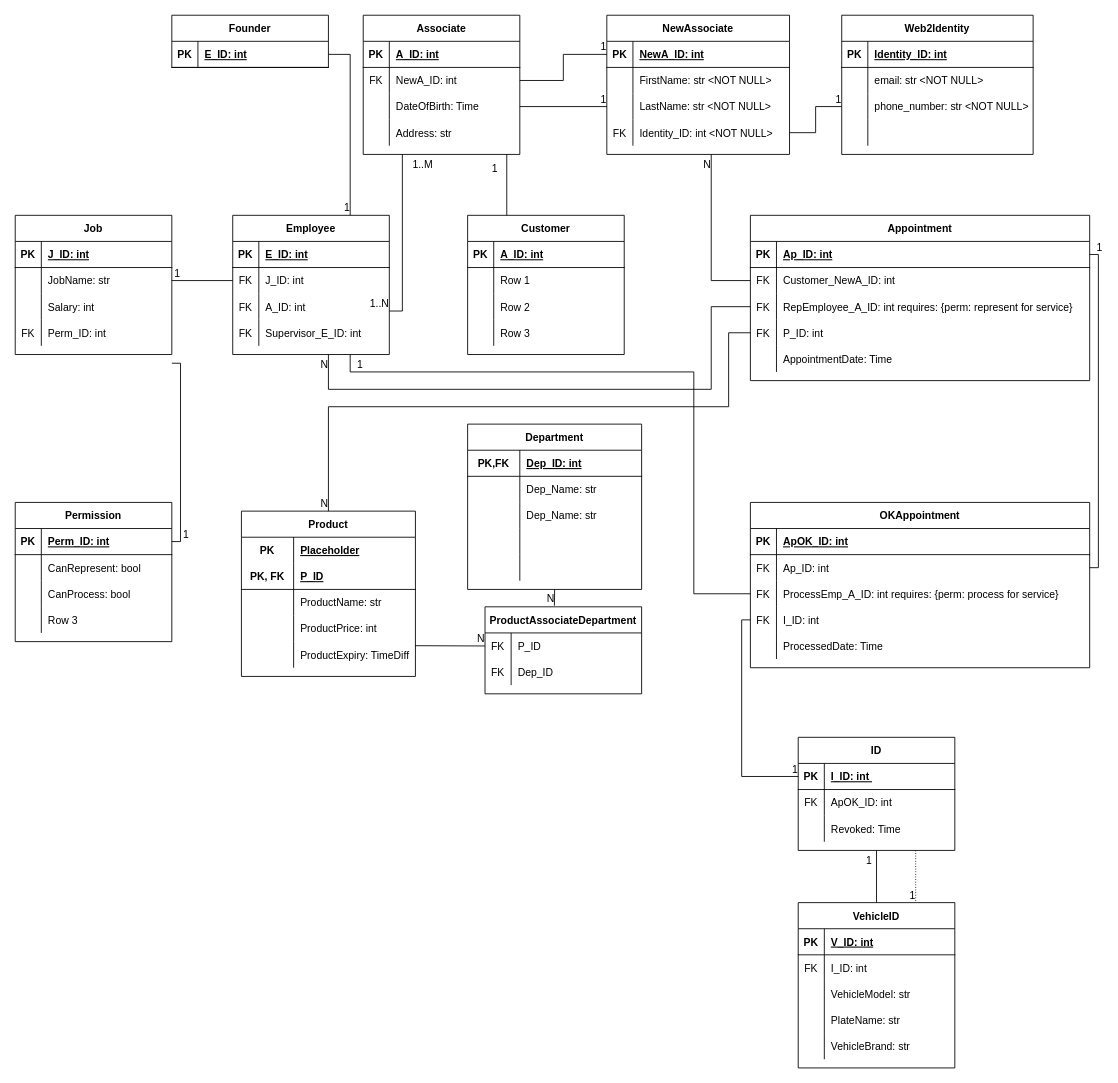
Earlier version of the draw.io diagram page "Page-1" (1 of 2) of erd.drawio (hungtr-uofa/CSC460_DMV_Database). Source tidied: cells renumbered, new cells numbered last; positions are measured from the earlier drawing's top-left corner, leaving out a move shared by most shapes. Both pictures are drawn from the tidied source at 87%, with x=0, y=0 at pixel (15, 15).
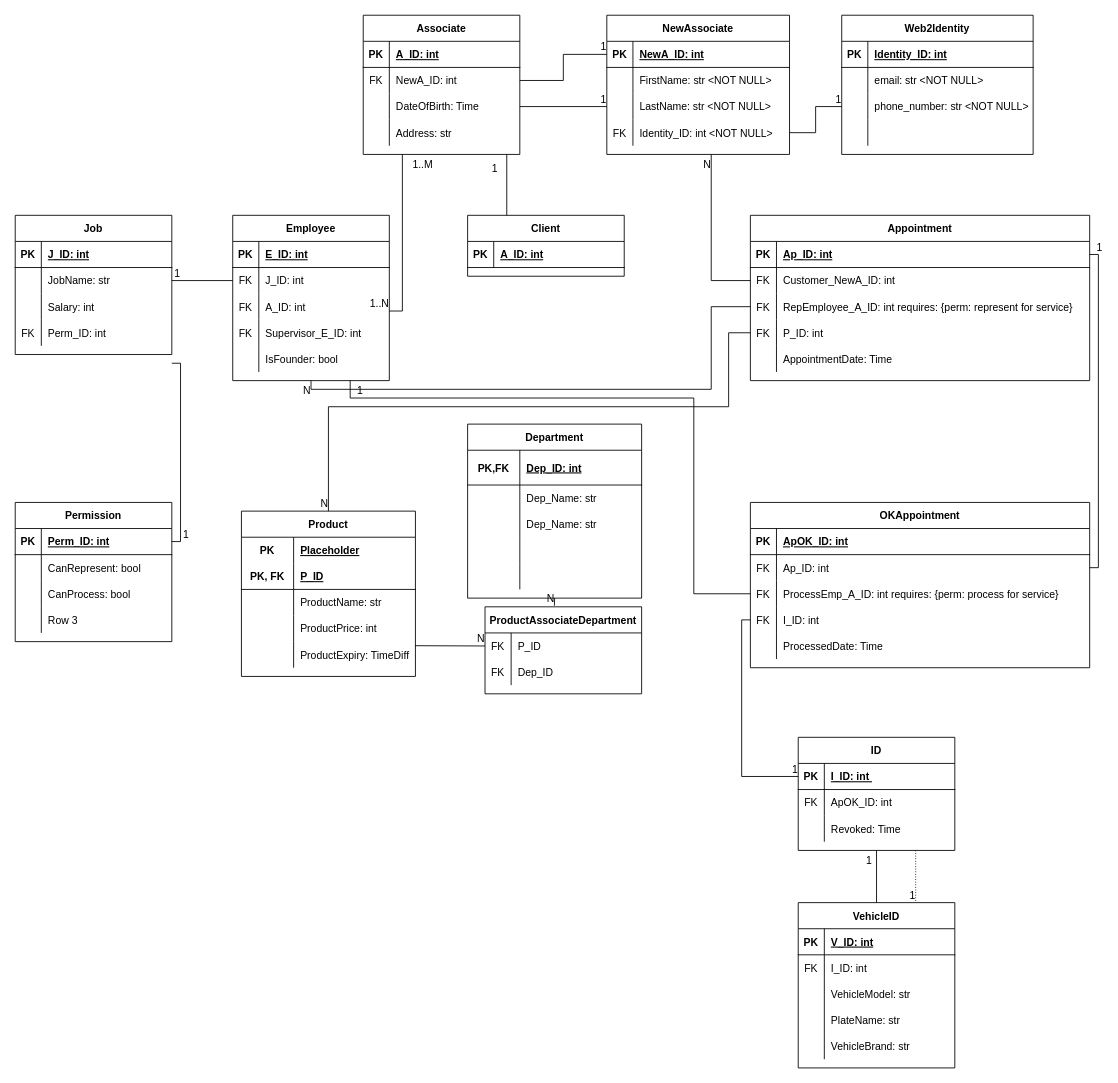
Above is the later version.

Unchanged cells that the change refers to:
```xml
<mxCell id="100" style="shape=partialRectangle;fillColor=none;top=0;left=0;bottom=0;right=0;points=[[0,0.5],[1,0.5]];portConstraint=eastwest;" parent="93" vertex="1">
  <mxGeometry y="90" width="390" height="30" as="geometry" />
</mxCell>
<mxCell id="129" style="shape=partialRectangle;fillColor=none;top=0;left=0;bottom=0;right=0;points=[[0,0.5],[1,0.5]];portConstraint=eastwest;" parent="122" vertex="1">
  <mxGeometry y="90" width="390" height="30" as="geometry" />
</mxCell>
```

The edit, as a diff of the source:
```diff
@@
     <mxCell id="15" value="Employee" style="shape=table;startSize=30;childLayout=tableLayout;rowLines=0;fontStyle=1;align=center;" parent="1" vertex="1">
-      <mxGeometry x="250" y="230" width="180" height="160" as="geometry" />
+      <mxGeometry x="250" y="230" width="180" height="190" as="geometry" />
     </mxCell>
@@
+    <mxCell id="231" style="shape=partialRectangle;fillColor=none;top=0;left=0;bottom=0;right=0;" parent="15" vertex="1">
+      <mxGeometry y="150" width="180" height="30" as="geometry" />
+    </mxCell>
+    <mxCell id="232" style="shape=partialRectangle;fillColor=none;top=0;left=0;bottom=0;right=0;overflow=hidden;" parent="231" vertex="1">
+      <mxGeometry width="30" height="30" as="geometry" />
+    </mxCell>
+    <mxCell id="233" value="IsFounder: bool" style="shape=partialRectangle;fillColor=none;top=0;left=0;bottom=0;right=0;align=left;spacingLeft=6;overflow=hidden;" parent="231" vertex="1">
+      <mxGeometry x="30" width="150" height="30" as="geometry" />
+    </mxCell>
-    <mxCell id="28" value="Customer" style="shape=table;startSize=30;childLayout=tableLayout;rowLines=0;fontStyle=1;align=center;" parent="1" vertex="1">
-      <mxGeometry x="520" y="230" width="180" height="160" as="geometry" />
+    <mxCell id="28" value="Client" style="shape=table;startSize=30;childLayout=tableLayout;rowLines=0;fontStyle=1;align=center;" parent="1" vertex="1">
+      <mxGeometry x="520" y="230" width="180" height="70" as="geometry" />
     </mxCell>
@@
-    <mxCell id="32" style="shape=partialRectangle;fillColor=none;top=0;left=0;bottom=0;right=0;" parent="28" vertex="1">
-      <mxGeometry y="60" width="180" height="30" as="geometry" />
-    </mxCell>
-    <mxCell id="33" style="shape=partialRectangle;fillColor=none;top=0;left=0;bottom=0;right=0;overflow=hidden;" parent="32" vertex="1">
-      <mxGeometry width="30" height="30" as="geometry" />
-    </mxCell>
-    <mxCell id="34" value="Row 1" style="shape=partialRectangle;fillColor=none;top=0;left=0;bottom=0;right=0;align=left;spacingLeft=6;overflow=hidden;" parent="32" vertex="1">
-      <mxGeometry x="30" width="150" height="30" as="geometry" />
-    </mxCell>
-    <mxCell id="35" style="shape=partialRectangle;fillColor=none;top=0;left=0;bottom=0;right=0;" parent="28" vertex="1">
-      <mxGeometry y="90" width="180" height="30" as="geometry" />
-    </mxCell>
-    <mxCell id="36" style="shape=partialRectangle;fillColor=none;top=0;left=0;bottom=0;right=0;overflow=hidden;" parent="35" vertex="1">
-      <mxGeometry width="30" height="30" as="geometry" />
-    </mxCell>
-    <mxCell id="37" value="Row 2" style="shape=partialRectangle;fillColor=none;top=0;left=0;bottom=0;right=0;align=left;spacingLeft=6;overflow=hidden;" parent="35" vertex="1">
-      <mxGeometry x="30" width="150" height="30" as="geometry" />
-    </mxCell>
-    <mxCell id="38" style="shape=partialRectangle;fillColor=none;top=0;left=0;bottom=0;right=0;" parent="28" vertex="1">
-      <mxGeometry y="120" width="180" height="30" as="geometry" />
-    </mxCell>
-    <mxCell id="39" style="shape=partialRectangle;fillColor=none;top=0;left=0;bottom=0;right=0;overflow=hidden;" parent="38" vertex="1">
-      <mxGeometry width="30" height="30" as="geometry" />
-    </mxCell>
-    <mxCell id="40" value="Row 3" style="shape=partialRectangle;fillColor=none;top=0;left=0;bottom=0;right=0;align=left;spacingLeft=6;overflow=hidden;" parent="38" vertex="1">
-      <mxGeometry x="30" width="150" height="30" as="geometry" />
-    </mxCell>
@@
     <mxCell id="54" value="Department" style="shape=table;startSize=30;childLayout=tableLayout;rowLines=0;fontStyle=1;align=center;" parent="1" vertex="1">
-      <mxGeometry x="520" y="470" width="200" height="190" as="geometry" />
+      <mxGeometry x="520" y="470" width="200" height="200" as="geometry" />
     </mxCell>
     <mxCell id="55" style="shape=partialRectangle;fillColor=none;top=0;left=0;bottom=1;right=0;" parent="54" vertex="1">
-      <mxGeometry y="30" width="200" height="30" as="geometry" />
+      <mxGeometry y="30" width="200" height="40" as="geometry" />
     </mxCell>
     <mxCell id="56" value="PK,FK" style="shape=partialRectangle;fillColor=none;top=0;left=0;bottom=0;right=0;fontStyle=1;overflow=hidden;" parent="55" vertex="1">
-      <mxGeometry width="60" height="30" as="geometry" />
+      <mxGeometry width="60" height="40" as="geometry" />
     </mxCell>
     <mxCell id="57" value="Dep_ID: int" style="shape=partialRectangle;fillColor=none;top=0;left=0;bottom=0;right=0;align=left;spacingLeft=6;fontStyle=5;overflow=hidden;" parent="55" vertex="1">
-      <mxGeometry x="60" width="140" height="30" as="geometry" />
+      <mxGeometry x="60" width="140" height="40" as="geometry" />
     </mxCell>
     <mxCell id="58" style="shape=partialRectangle;fillColor=none;top=0;left=0;bottom=0;right=0;" parent="54" vertex="1">
-      <mxGeometry y="60" width="200" height="30" as="geometry" />
+      <mxGeometry y="70" width="200" height="30" as="geometry" />
     </mxCell>
@@
     <mxCell id="61" style="shape=partialRectangle;fillColor=none;top=0;left=0;bottom=0;right=0;" parent="54" vertex="1">
-      <mxGeometry y="90" width="200" height="30" as="geometry" />
+      <mxGeometry y="100" width="200" height="30" as="geometry" />
     </mxCell>
@@
     <mxCell id="64" style="shape=partialRectangle;fillColor=none;top=0;left=0;bottom=0;right=0;" parent="54" vertex="1">
-      <mxGeometry y="120" width="200" height="30" as="geometry" />
+      <mxGeometry y="130" width="200" height="30" as="geometry" />
     </mxCell>
@@
     <mxCell id="67" style="shape=partialRectangle;fillColor=none;top=0;left=0;bottom=0;right=0;" parent="54" vertex="1">
-      <mxGeometry y="150" width="200" height="30" as="geometry" />
+      <mxGeometry y="160" width="200" height="30" as="geometry" />
     </mxCell>
@@
-    <mxCell id="219" style="endArrow=none;html=1;rounded=0;startSize=14;endSize=12;exitX=0;exitY=0.5;exitDx=0;exitDy=0;edgeStyle=orthogonalEdgeStyle;" parent="1" edge="1" source="129">
+    <mxCell id="219" style="endArrow=none;html=1;rounded=0;startSize=14;endSize=12;exitX=0;exitY=0.5;exitDx=0;exitDy=0;edgeStyle=orthogonalEdgeStyle;entryX=0.5;entryY=1;entryDx=0;entryDy=0;" parent="1" edge="1" source="129" target="15">
       <mxGeometry relative="1" as="geometry">
-        <mxPoint x="360" y="390" as="targetPoint" />
         <Array as="points">
           <mxPoint x="800" y="335" />
           <mxPoint x="800" y="430" />
-          <mxPoint x="360" y="430" />
-          <mxPoint x="360" y="390" />
+          <mxPoint x="340" y="430" />
         </Array>
       </mxGeometry>
     </mxCell>
@@
-    <mxCell id="221" value="Founder" style="shape=table;startSize=30;childLayout=tableLayout;rowLines=0;fontStyle=1;align=center;" parent="1" vertex="1">
-      <mxGeometry x="180" width="180" height="60" as="geometry" />
-    </mxCell>
-    <mxCell id="222" style="shape=partialRectangle;fillColor=none;top=0;left=0;bottom=1;right=0;points=[[0,0.5],[1,0.5]];portConstraint=eastwest;" parent="221" vertex="1">
-      <mxGeometry y="30" width="180" height="30" as="geometry" />
-    </mxCell>
-    <mxCell id="223" value="PK" style="shape=partialRectangle;fillColor=none;top=0;left=0;bottom=0;right=0;fontStyle=1;overflow=hidden;" parent="222" vertex="1">
-      <mxGeometry width="30" height="30" as="geometry" />
-    </mxCell>
-    <mxCell id="224" value="E_ID: int" style="shape=partialRectangle;fillColor=none;top=0;left=0;bottom=0;right=0;align=left;spacingLeft=6;fontStyle=5;overflow=hidden;" parent="222" vertex="1">
-      <mxGeometry x="30" width="150" height="30" as="geometry" />
-    </mxCell>
-    <mxCell id="225" style="endArrow=none;html=1;rounded=0;startSize=14;endSize=12;exitX=1;exitY=0.5;exitDx=0;exitDy=0;entryX=0.75;entryY=0;entryDx=0;entryDy=0;edgeStyle=orthogonalEdgeStyle;" parent="1" edge="1" source="222" target="15">
-      <mxGeometry relative="1" as="geometry" />
-    </mxCell>
-    <mxCell id="226" value="1" style="html=1;align=right;verticalAlign=bottom;" parent="225" vertex="1">
-      <mxGeometry x="1" relative="1" as="geometry" />
-    </mxCell>
@@
     <mxCell id="229" style="endArrow=none;html=1;rounded=0;startSize=14;endSize=12;exitX=0;exitY=0.5;exitDx=0;exitDy=0;entryX=0.75;entryY=1;entryDx=0;entryDy=0;edgeStyle=orthogonalEdgeStyle;" parent="1" edge="1" source="100" target="15">
       <mxGeometry relative="1" as="geometry">
         <Array as="points">
           <mxPoint x="780" y="665" />
-          <mxPoint x="780" y="410" />
-          <mxPoint x="385" y="410" />
+          <mxPoint x="780" y="440" />
+          <mxPoint x="385" y="440" />
         </Array>
       </mxGeometry>
     </mxCell>
```
